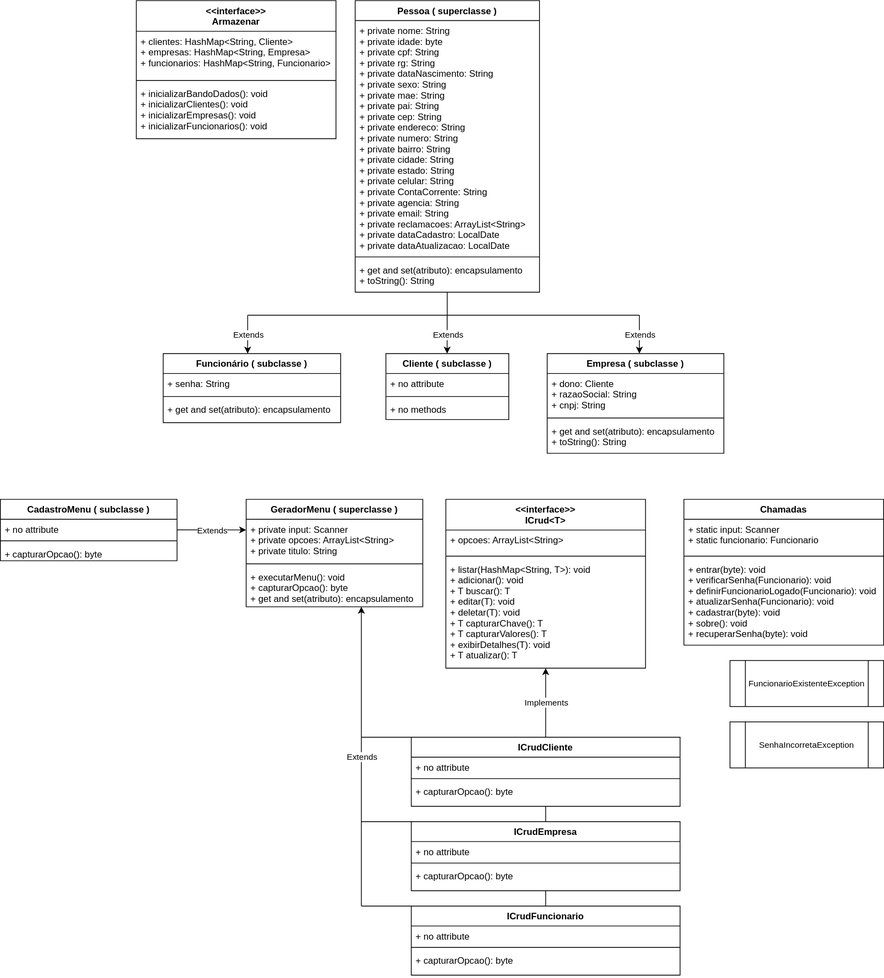
Above: Diagrama sem nome.drawio.svg in ArthurEstevan/redesenvolvimento-conta-bancaria-v2.0 (draw.io), before the change. Source tidied: cells renumbered, new cells last; positions are measured from the earlier drawing's top-left corner, leaving out a move shared by most shapes.
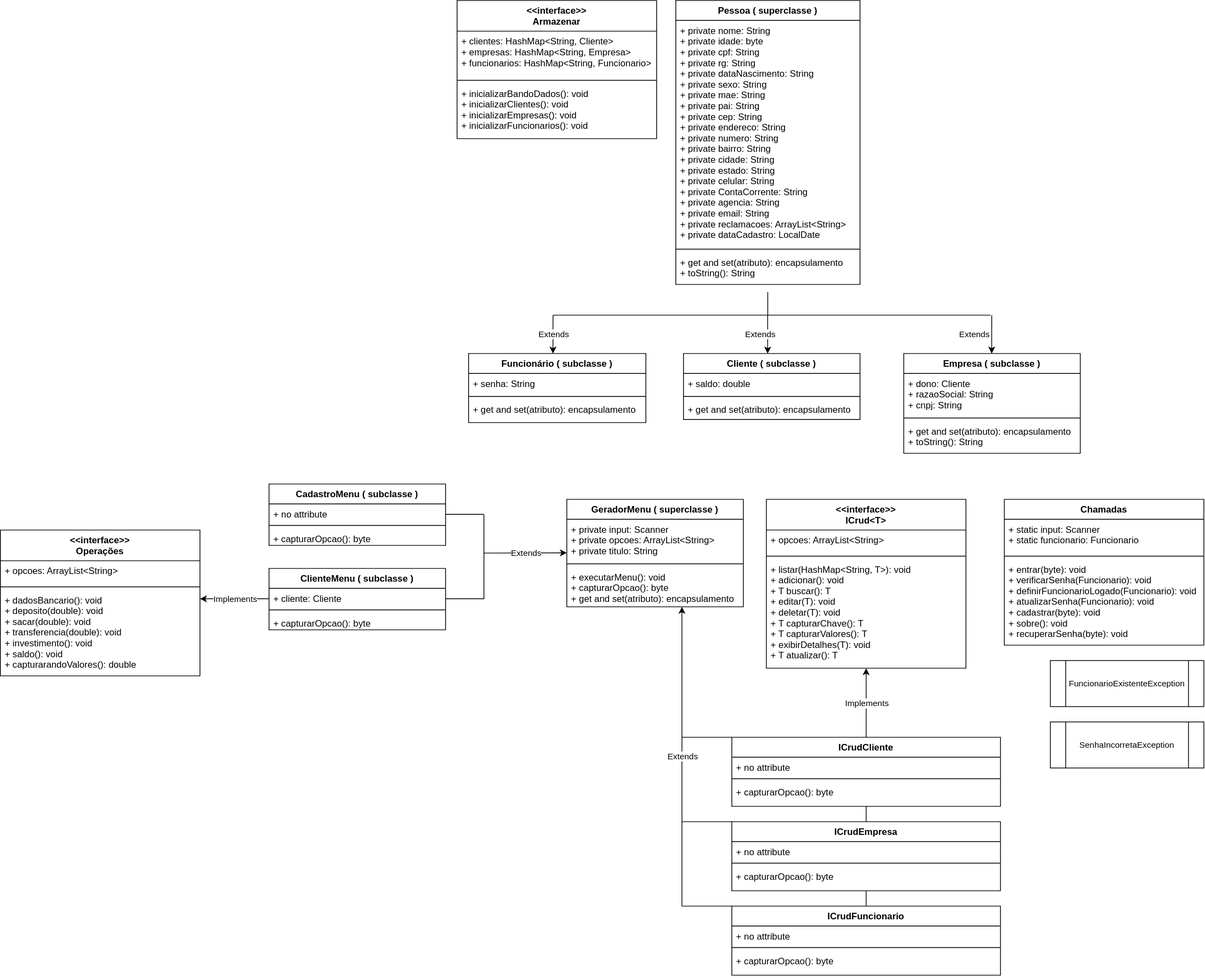
The same file after the commit.

The edit, as a diff of the source:
```diff
@@ -3,16 +3,16 @@
     <mxCell id="0" />
     <mxCell id="1" parent="0" />
     <mxCell id="2" value="Pessoa ( superclasse )" style="swimlane;fontStyle=1;align=center;verticalAlign=top;horizontal=1;startSize=26;" parent="1" vertex="1">
-      <mxGeometry x="462" width="240" height="380" as="geometry" />
+      <mxGeometry x="462" width="240" height="370" as="geometry" />
     </mxCell>
-    <mxCell id="3" value="+ private nome: String&#10;+ private idade: byte&#10;+ private cpf: String&#10;+ private rg: String&#10;+ private dataNascimento: String&#10;+ private sexo: String&#10;+ private mae: String&#10;+ private pai: String&#10;+ private cep: String&#10;+ private endereco: String&#10;+ private numero: String&#10;+ private bairro: String&#10;+ private cidade: String&#10;+ private estado: String&#10;+ private celular: String&#10;+ private ContaCorrente: String&#10;+ private agencia: String&#10;+ private email: String&#10;+ private reclamacoes: ArrayList&lt;String&gt;&#10;+ private dataCadastro: LocalDate&#10;+ private dataAtualizacao: LocalDate" style="text;strokeColor=none;fillColor=none;align=left;verticalAlign=top;spacingLeft=4;spacingRight=4;overflow=hidden;" parent="2" vertex="1">
-      <mxGeometry y="26" width="240" height="304" as="geometry" />
+    <mxCell id="3" value="+ private nome: String&#10;+ private idade: byte&#10;+ private cpf: String&#10;+ private rg: String&#10;+ private dataNascimento: String&#10;+ private sexo: String&#10;+ private mae: String&#10;+ private pai: String&#10;+ private cep: String&#10;+ private endereco: String&#10;+ private numero: String&#10;+ private bairro: String&#10;+ private cidade: String&#10;+ private estado: String&#10;+ private celular: String&#10;+ private ContaCorrente: String&#10;+ private agencia: String&#10;+ private email: String&#10;+ private reclamacoes: ArrayList&lt;String&gt;&#10;+ private dataCadastro: LocalDate" style="text;strokeColor=none;fillColor=none;align=left;verticalAlign=top;spacingLeft=4;spacingRight=4;overflow=hidden;" parent="2" vertex="1">
+      <mxGeometry y="26" width="240" height="294" as="geometry" />
     </mxCell>
     <mxCell id="4" style="line;strokeWidth=1;fillColor=none;align=left;verticalAlign=middle;spacingTop=-1;spacingLeft=3;spacingRight=3;labelPosition=right;" parent="2" vertex="1">
-      <mxGeometry y="330" width="240" height="8" as="geometry" />
+      <mxGeometry y="320" width="240" height="8" as="geometry" />
     </mxCell>
     <mxCell id="5" value="+ get and set(atributo): encapsulamento&#10;+ toString(): String" style="text;strokeColor=none;fillColor=none;align=left;verticalAlign=top;spacingLeft=4;spacingRight=4;overflow=hidden;" parent="2" vertex="1">
-      <mxGeometry y="338" width="240" height="42" as="geometry" />
+      <mxGeometry y="328" width="240" height="42" as="geometry" />
     </mxCell>
     <mxCell id="6" value="GeradorMenu ( superclasse )" style="swimlane;fontStyle=1;align=center;verticalAlign=top;horizontal=1;startSize=26;" parent="1" vertex="1">
       <mxGeometry x="320" y="650" width="230" height="140" as="geometry" />
@@ -27,7 +27,7 @@
       <mxGeometry y="88" width="230" height="52" as="geometry" />
     </mxCell>
     <mxCell id="10" value="Funcionário ( subclasse )" style="swimlane;fontStyle=1;align=center;verticalAlign=top;horizontal=1;startSize=26;" parent="1" vertex="1">
-      <mxGeometry x="212" y="460" width="231" height="90" as="geometry" />
+      <mxGeometry x="192" y="460" width="231" height="90" as="geometry" />
     </mxCell>
     <mxCell id="11" value="+ senha: String" style="text;strokeColor=none;fillColor=none;align=left;verticalAlign=top;spacingLeft=4;spacingRight=4;overflow=hidden;" parent="10" vertex="1">
       <mxGeometry y="26" width="231" height="26" as="geometry" />
@@ -39,7 +39,7 @@
       <mxGeometry y="60" width="231" height="30" as="geometry" />
     </mxCell>
     <mxCell id="14" value="Empresa ( subclasse )" style="swimlane;fontStyle=1;align=center;verticalAlign=top;horizontal=1;startSize=26;" parent="1" vertex="1">
-      <mxGeometry x="712" y="460" width="230" height="130" as="geometry" />
+      <mxGeometry x="759" y="460" width="230" height="130" as="geometry" />
     </mxCell>
     <mxCell id="15" value="+ dono: Cliente&#10;+ razaoSocial: String&#10;+ cnpj: String" style="text;strokeColor=none;fillColor=none;align=left;verticalAlign=top;spacingLeft=4;spacingRight=4;overflow=hidden;" parent="14" vertex="1">
       <mxGeometry y="26" width="230" height="54" as="geometry" />
@@ -51,16 +51,16 @@
       <mxGeometry y="88" width="230" height="42" as="geometry" />
     </mxCell>
     <mxCell id="18" value="Cliente ( subclasse )" style="swimlane;fontStyle=1;align=center;verticalAlign=top;horizontal=1;startSize=26;" parent="1" vertex="1">
-      <mxGeometry x="502" y="460" width="160" height="86" as="geometry" />
+      <mxGeometry x="472" y="460" width="230" height="86" as="geometry" />
     </mxCell>
-    <mxCell id="19" value="+ no attribute" style="text;strokeColor=none;fillColor=none;align=left;verticalAlign=top;spacingLeft=4;spacingRight=4;overflow=hidden;" parent="18" vertex="1">
-      <mxGeometry y="26" width="160" height="26" as="geometry" />
+    <mxCell id="19" value="+ saldo: double" style="text;strokeColor=none;fillColor=none;align=left;verticalAlign=top;spacingLeft=4;spacingRight=4;overflow=hidden;" parent="18" vertex="1">
+      <mxGeometry y="26" width="230" height="26" as="geometry" />
     </mxCell>
     <mxCell id="20" style="line;strokeWidth=1;fillColor=none;align=left;verticalAlign=middle;spacingTop=-1;spacingLeft=3;spacingRight=3;labelPosition=right;" parent="18" vertex="1">
-      <mxGeometry y="52" width="160" height="8" as="geometry" />
+      <mxGeometry y="52" width="230" height="8" as="geometry" />
     </mxCell>
-    <mxCell id="21" value="+ no methods" style="text;strokeColor=none;fillColor=none;align=left;verticalAlign=top;spacingLeft=4;spacingRight=4;overflow=hidden;" parent="18" vertex="1">
-      <mxGeometry y="60" width="160" height="26" as="geometry" />
+    <mxCell id="21" value="+ get and set(atributo): encapsulamento" style="text;strokeColor=none;fillColor=none;align=left;verticalAlign=top;spacingLeft=4;spacingRight=4;overflow=hidden;" parent="18" vertex="1">
+      <mxGeometry y="60" width="230" height="26" as="geometry" />
     </mxCell>
     <mxCell id="22" value="&lt;&lt;interface&gt;&gt;&#10;Armazenar" style="swimlane;fontStyle=1;align=center;verticalAlign=top;horizontal=1;startSize=40;" parent="1" vertex="1">
       <mxGeometry x="177" width="260" height="180" as="geometry" />
@@ -87,7 +87,7 @@
       <mxGeometry y="78" width="260" height="112" as="geometry" />
     </mxCell>
     <mxCell id="30" value="CadastroMenu ( subclasse )" style="swimlane;fontStyle=1;align=center;verticalAlign=top;horizontal=1;startSize=26;" parent="1" vertex="1">
-      <mxGeometry y="650" width="230" height="80" as="geometry" />
+      <mxGeometry x="-68" y="630" width="230" height="80" as="geometry" />
     </mxCell>
     <mxCell id="31" value="+ no attribute" style="text;strokeColor=none;fillColor=none;align=left;verticalAlign=top;spacingLeft=4;spacingRight=4;overflow=hidden;" parent="30" vertex="1">
       <mxGeometry y="26" width="230" height="24" as="geometry" />
@@ -190,8 +190,8 @@
     </mxCell>
     <mxCell id="59" style="endArrow=classic;html=1;rounded=0;fontSize=11;" parent="1" edge="1">
       <mxGeometry relative="1" as="geometry">
-        <mxPoint x="230" y="689.7" as="sourcePoint" />
-        <mxPoint x="320" y="689.9" as="targetPoint" />
+        <mxPoint x="212" y="720" as="sourcePoint" />
+        <mxPoint x="320" y="719.7" as="targetPoint" />
       </mxGeometry>
     </mxCell>
     <mxCell id="60" value="Extends" style="edgeLabel;html=1;align=center;verticalAlign=middle;fontSize=11;" parent="59" vertex="1">
@@ -211,19 +211,19 @@
     </mxCell>
     <mxCell id="64" style="endArrow=none;html=1;rounded=0;fontSize=11;" parent="1" edge="1">
       <mxGeometry relative="1" as="geometry">
-        <mxPoint x="322" y="410" as="sourcePoint" />
+        <mxPoint x="302" y="410" as="sourcePoint" />
         <mxPoint x="582" y="410" as="targetPoint" />
       </mxGeometry>
     </mxCell>
     <mxCell id="65" style="endArrow=none;html=1;rounded=0;fontSize=11;" parent="1" edge="1">
       <mxGeometry relative="1" as="geometry">
         <mxPoint x="582" y="410" as="sourcePoint" />
-        <mxPoint x="832" y="410" as="targetPoint" />
+        <mxPoint x="872" y="410" as="targetPoint" />
       </mxGeometry>
     </mxCell>
     <mxCell id="66" style="endArrow=classic;html=1;rounded=0;fontSize=11;entryX=0.476;entryY=0;entryDx=0;entryDy=0;entryPerimeter=0;" parent="1" edge="1" target="10">
       <mxGeometry relative="1" as="geometry">
-        <mxPoint x="322" y="410" as="sourcePoint" />
+        <mxPoint x="302" y="410" as="sourcePoint" />
       </mxGeometry>
     </mxCell>
     <mxCell id="67" value="Extends" style="edgeLabel;html=1;align=center;verticalAlign=middle;fontSize=11;" parent="66" vertex="1">
@@ -236,16 +236,71 @@
       </mxGeometry>
     </mxCell>
     <mxCell id="69" value="Extends" style="edgeLabel;html=1;align=center;verticalAlign=middle;fontSize=11;" parent="68" vertex="1">
-      <mxGeometry relative="1" as="geometry" />
+      <mxGeometry relative="1" as="geometry">
+        <mxPoint x="-10" as="offset" />
+      </mxGeometry>
     </mxCell>
     <mxCell id="70" style="endArrow=classic;html=1;rounded=0;fontSize=11;entryX=0.476;entryY=0;entryDx=0;entryDy=0;entryPerimeter=0;" parent="1" edge="1">
       <mxGeometry relative="1" as="geometry">
-        <mxPoint x="832" y="410" as="sourcePoint" />
-        <mxPoint x="832" y="460" as="targetPoint" />
+        <mxPoint x="873.6" y="410" as="sourcePoint" />
+        <mxPoint x="873.6" y="460" as="targetPoint" />
       </mxGeometry>
     </mxCell>
     <mxCell id="71" value="Extends" style="edgeLabel;html=1;align=center;verticalAlign=middle;fontSize=11;" parent="70" vertex="1">
-      <mxGeometry relative="1" as="geometry" />
+      <mxGeometry relative="1" as="geometry">
+        <mxPoint x="-23" as="offset" />
+      </mxGeometry>
     </mxCell>
+    <mxCell id="72" value="ClienteMenu ( subclasse )" style="swimlane;fontStyle=1;align=center;verticalAlign=top;horizontal=1;startSize=26;" parent="1" vertex="1">
+      <mxGeometry x="-68" y="740" width="230" height="80" as="geometry" />
+    </mxCell>
+    <mxCell id="73" value="+ cliente: Cliente" style="text;strokeColor=none;fillColor=none;align=left;verticalAlign=top;spacingLeft=4;spacingRight=4;overflow=hidden;" parent="72" vertex="1">
+      <mxGeometry y="26" width="230" height="24" as="geometry" />
+    </mxCell>
+    <mxCell id="74" style="line;strokeWidth=1;fillColor=none;align=left;verticalAlign=middle;spacingTop=-1;spacingLeft=3;spacingRight=3;labelPosition=right;" parent="72" vertex="1">
+      <mxGeometry y="50" width="230" height="8" as="geometry" />
+    </mxCell>
+    <mxCell id="75" value="+ capturarOpcao(): byte" style="text;strokeColor=none;fillColor=none;align=left;verticalAlign=top;spacingLeft=4;spacingRight=4;overflow=hidden;" parent="72" vertex="1">
+      <mxGeometry y="58" width="230" height="22" as="geometry" />
+    </mxCell>
+    <mxCell id="76" style="endArrow=none;html=1;rounded=0;" parent="1" edge="1">
+      <mxGeometry relative="1" as="geometry">
+        <mxPoint x="162" y="669.5" as="sourcePoint" />
+        <mxPoint x="212" y="669.5" as="targetPoint" />
+      </mxGeometry>
+    </mxCell>
+    <mxCell id="77" style="endArrow=none;html=1;rounded=0;" parent="1" edge="1">
+      <mxGeometry relative="1" as="geometry">
+        <mxPoint x="162" y="779.5" as="sourcePoint" />
+        <mxPoint x="212" y="779.5" as="targetPoint" />
+      </mxGeometry>
+    </mxCell>
+    <mxCell id="78" style="endArrow=none;html=1;rounded=0;" parent="1" edge="1">
+      <mxGeometry relative="1" as="geometry">
+        <mxPoint x="212" y="780" as="sourcePoint" />
+        <mxPoint x="212" y="670" as="targetPoint" />
+      </mxGeometry>
+    </mxCell>
+    <mxCell id="79" value="&lt;&lt;interface&gt;&gt;&#10;Operações" style="swimlane;fontStyle=1;align=center;verticalAlign=top;horizontal=1;startSize=40;" parent="1" vertex="1">
+      <mxGeometry x="-418" y="690" width="260" height="190" as="geometry" />
+    </mxCell>
+    <mxCell id="80" value="+ opcoes: ArrayList&lt;String&gt;&#10;" style="text;strokeColor=none;fillColor=none;align=left;verticalAlign=top;spacingLeft=4;spacingRight=4;overflow=hidden;" parent="79" vertex="1">
+      <mxGeometry y="40" width="260" height="30" as="geometry" />
+    </mxCell>
+    <mxCell id="81" style="line;strokeWidth=1;fillColor=none;align=left;verticalAlign=middle;spacingTop=-1;spacingLeft=3;spacingRight=3;labelPosition=right;" parent="79" vertex="1">
+      <mxGeometry y="70" width="260" height="8" as="geometry" />
+    </mxCell>
+    <mxCell id="82" value="+ dadosBancario(): void&#10;+ deposito(double): void&#10;+ sacar(double): void&#10;+ transferencia(double): void&#10;+ investimento(): void&#10;+ saldo(): void&#10;+ capturarandoValores(): double&#10;&#10;" style="text;strokeColor=none;fillColor=none;align=left;verticalAlign=top;spacingLeft=4;spacingRight=4;overflow=hidden;" parent="79" vertex="1">
+      <mxGeometry y="78" width="260" height="112" as="geometry" />
+    </mxCell>
+    <mxCell id="83" style="endArrow=classic;html=1;rounded=0;fontSize=11;exitX=0.5;exitY=0;exitDx=0;exitDy=0;" parent="1" edge="1">
+      <mxGeometry relative="1" as="geometry">
+        <mxPoint x="-68" y="779.6" as="sourcePoint" />
+        <mxPoint x="-158" y="779.6" as="targetPoint" />
+      </mxGeometry>
+    </mxCell>
+    <mxCell id="84" value="Implements" style="edgeLabel;html=1;align=center;verticalAlign=middle;fontSize=11;" parent="83" vertex="1">
+      <mxGeometry relative="1" as="geometry" />
+    </mxCell>
   </root>
 </mxGraphModel>
```
